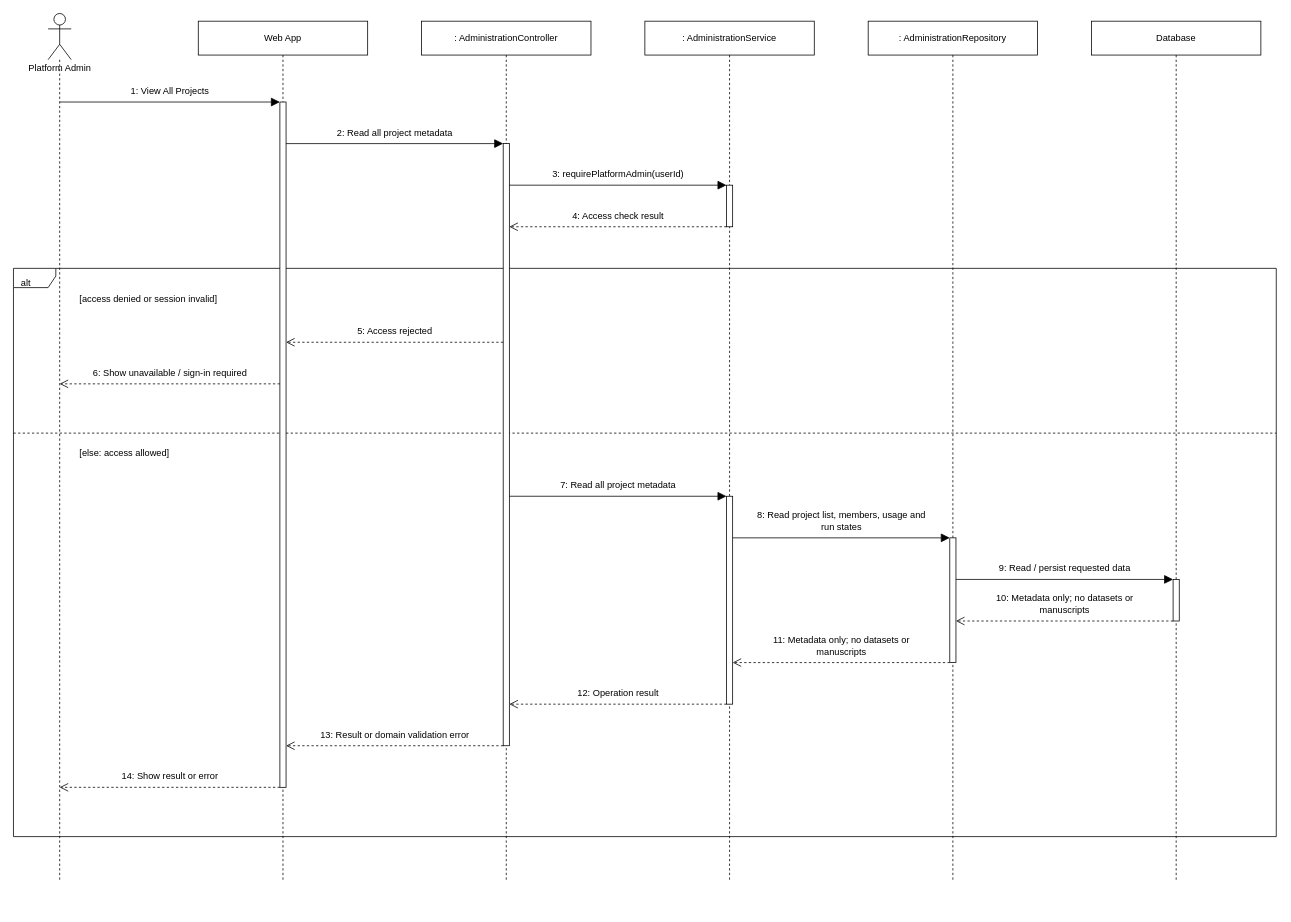
Before: page "View All Projects" (7 of 10) of diagrams/08-sequence/08-administration-monitoring/Sequence-Diagrams-Administration-Monitoring.drawio in openai-scientist/docs, a draw.io diagram. Source tidied: cells renumbered, new cells numbered last; positions are measured from the earlier drawing's top-left corner, leaving out a move shared by most shapes. Both pictures are drawn from the tidied source at 77%, with x=0, y=0 at pixel (13, 13).
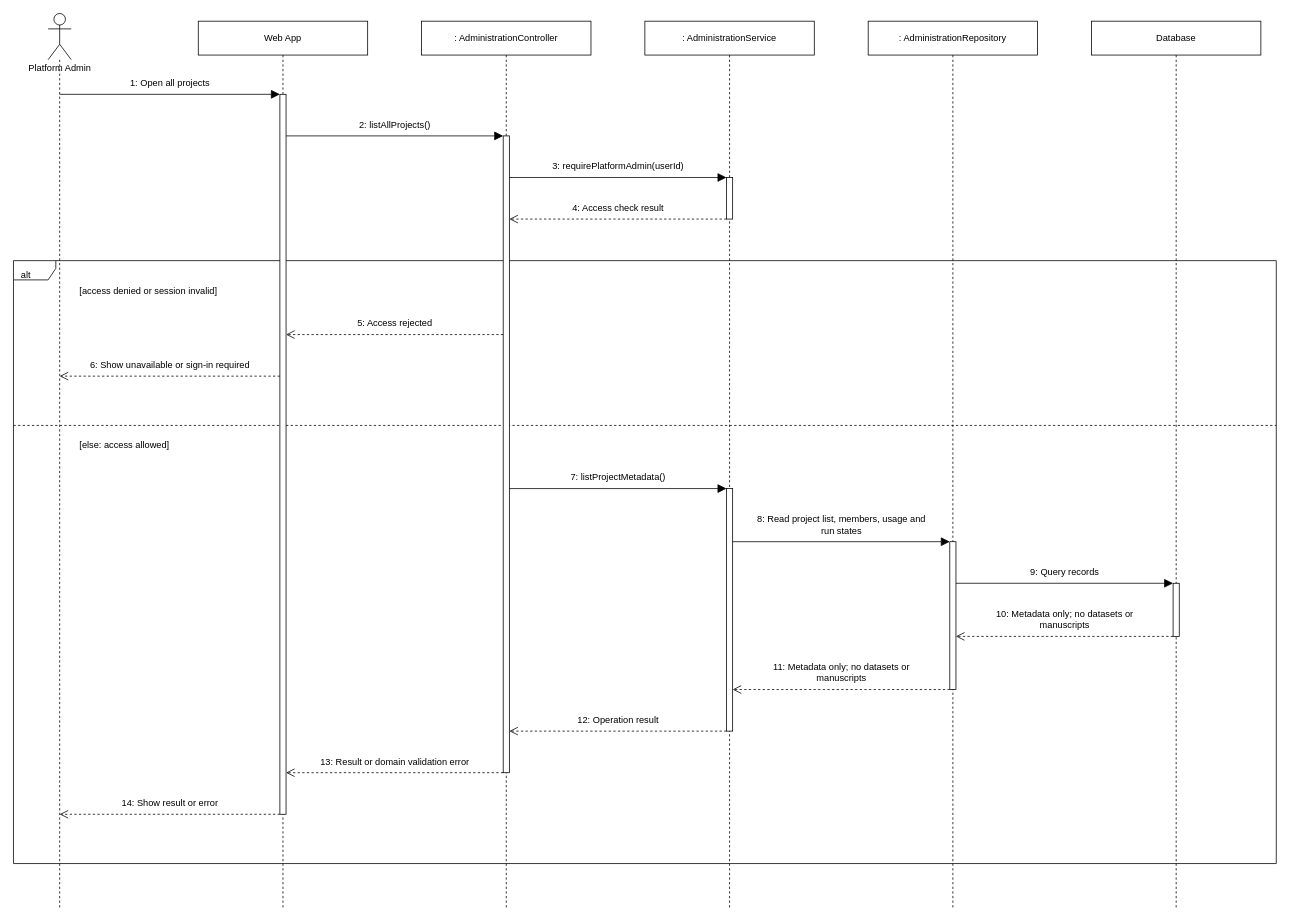
The same page after the edit.

Change to the diagram source:
```diff
@@
     <mxCell id="2" value="alt" style="html=1;fontFamily=Arial;fontSize=12;fontColor=#000000;strokeColor=#000000;strokeWidth=1;fillColor=#FFFFFF;shape=umlFrame;fillColor=none;width=55;height=25;align=left;verticalAlign=top;spacingLeft=8;spacingTop=5;" parent="1" vertex="1">
-      <mxGeometry y="331" width="1640" height="738" as="geometry" />
+      <mxGeometry y="321" width="1640" height="783" as="geometry" />
     </mxCell>
     <mxCell id="3" value="[access denied or session invalid]" style="html=1;fontFamily=Arial;fontSize=12;fontColor=#000000;strokeColor=#000000;strokeWidth=1;fillColor=#FFFFFF;text;strokeColor=none;fillColor=none;align=left;verticalAlign=top;" parent="1" vertex="1">
-      <mxGeometry x="84" y="357" width="1541" height="30" as="geometry" />
+      <mxGeometry x="84" y="347" width="1541" height="30" as="geometry" />
     </mxCell>
     <mxCell id="4" value="[else: access allowed]" style="html=1;fontFamily=Arial;fontSize=12;fontColor=#000000;strokeColor=#000000;strokeWidth=1;fillColor=#FFFFFF;text;strokeColor=none;fillColor=none;align=left;verticalAlign=top;" parent="1" vertex="1">
-      <mxGeometry x="84" y="557" width="1541" height="30" as="geometry" />
+      <mxGeometry x="84" y="547" width="1541" height="30" as="geometry" />
     </mxCell>
     <mxCell id="5" style="html=1;fontFamily=Arial;fontSize=12;fontColor=#000000;strokeColor=#000000;strokeWidth=1;fillColor=#FFFFFF;dashed=1;endArrow=none;" parent="1" edge="1">
       <mxGeometry relative="1" as="geometry">
-        <mxPoint y="545" as="sourcePoint" />
-        <mxPoint x="1640" y="545" as="targetPoint" />
+        <mxPoint y="535" as="sourcePoint" />
+        <mxPoint x="1640" y="535" as="targetPoint" />
       </mxGeometry>
     </mxCell>
     <mxCell id="6" value="Platform Admin" style="html=1;fontFamily=Arial;fontSize=12;fontColor=#000000;strokeColor=#000000;strokeWidth=1;fillColor=#FFFFFF;shape=umlLifeline;participant=umlActor;size=60;perimeter=lifelinePerimeter;verticalAlign=bottom;spacingBottom=-20;" parent="1" vertex="1">
-      <mxGeometry x="45" width="30" height="1127" as="geometry" />
+      <mxGeometry x="45" width="30" height="1162" as="geometry" />
     </mxCell>
     <mxCell id="7" value="Web App" style="html=1;fontFamily=Arial;fontSize=12;fontColor=#000000;strokeColor=#000000;strokeWidth=1;fillColor=#FFFFFF;shape=umlLifeline;size=44;perimeter=lifelinePerimeter;whiteSpace=wrap;" parent="1" vertex="1">
-      <mxGeometry x="240" y="10" width="220" height="1117" as="geometry" />
+      <mxGeometry x="240" y="10" width="220" height="1152" as="geometry" />
     </mxCell>
     <mxCell id="8" value=": AdministrationController" style="html=1;fontFamily=Arial;fontSize=12;fontColor=#000000;strokeColor=#000000;strokeWidth=1;fillColor=#FFFFFF;shape=umlLifeline;size=44;perimeter=lifelinePerimeter;whiteSpace=wrap;" parent="1" vertex="1">
-      <mxGeometry x="530" y="10" width="220" height="1117" as="geometry" />
+      <mxGeometry x="530" y="10" width="220" height="1152" as="geometry" />
     </mxCell>
     <mxCell id="9" value=": AdministrationService" style="html=1;fontFamily=Arial;fontSize=12;fontColor=#000000;strokeColor=#000000;strokeWidth=1;fillColor=#FFFFFF;shape=umlLifeline;size=44;perimeter=lifelinePerimeter;whiteSpace=wrap;" parent="1" vertex="1">
-      <mxGeometry x="820" y="10" width="220" height="1117" as="geometry" />
+      <mxGeometry x="820" y="10" width="220" height="1152" as="geometry" />
     </mxCell>
     <mxCell id="10" value=": AdministrationRepository" style="html=1;fontFamily=Arial;fontSize=12;fontColor=#000000;strokeColor=#000000;strokeWidth=1;fillColor=#FFFFFF;shape=umlLifeline;size=44;perimeter=lifelinePerimeter;whiteSpace=wrap;" parent="1" vertex="1">
-      <mxGeometry x="1110" y="10" width="220" height="1117" as="geometry" />
+      <mxGeometry x="1110" y="10" width="220" height="1152" as="geometry" />
     </mxCell>
     <mxCell id="11" value="Database" style="html=1;fontFamily=Arial;fontSize=12;fontColor=#000000;strokeColor=#000000;strokeWidth=1;fillColor=#FFFFFF;shape=umlLifeline;size=44;perimeter=lifelinePerimeter;whiteSpace=wrap;" parent="1" vertex="1">
-      <mxGeometry x="1400" y="10" width="220" height="1117" as="geometry" />
+      <mxGeometry x="1400" y="10" width="220" height="1152" as="geometry" />
     </mxCell>
     <mxCell id="12" style="html=1;fontFamily=Arial;fontSize=12;fontColor=#000000;strokeColor=#000000;strokeWidth=1;fillColor=#FFFFFF;" parent="7" vertex="1">
-      <mxGeometry x="106" y="105" width="8" height="890" as="geometry" />
+      <mxGeometry x="106" y="95" width="8" height="935" as="geometry" />
     </mxCell>
     <mxCell id="13" style="html=1;fontFamily=Arial;fontSize=12;fontColor=#000000;strokeColor=#000000;strokeWidth=1;fillColor=#FFFFFF;" parent="8" vertex="1">
-      <mxGeometry x="106" y="159" width="8" height="782" as="geometry" />
+      <mxGeometry x="106" y="149" width="8" height="827" as="geometry" />
     </mxCell>
     <mxCell id="14" style="html=1;fontFamily=Arial;fontSize=12;fontColor=#000000;strokeColor=#000000;strokeWidth=1;fillColor=#FFFFFF;" parent="9" vertex="1">
-      <mxGeometry x="106" y="213" width="8" height="54" as="geometry" />
+      <mxGeometry x="106" y="203" width="8" height="54" as="geometry" />
     </mxCell>
     <mxCell id="15" style="html=1;fontFamily=Arial;fontSize=12;fontColor=#000000;strokeColor=#000000;strokeWidth=1;fillColor=#FFFFFF;" parent="9" vertex="1">
-      <mxGeometry x="106" y="617" width="8" height="270" as="geometry" />
+      <mxGeometry x="106" y="607" width="8" height="315" as="geometry" />
     </mxCell>
     <mxCell id="16" style="html=1;fontFamily=Arial;fontSize=12;fontColor=#000000;strokeColor=#000000;strokeWidth=1;fillColor=#FFFFFF;" parent="10" vertex="1">
-      <mxGeometry x="106" y="671" width="8" height="162" as="geometry" />
+      <mxGeometry x="106" y="676" width="8" height="192" as="geometry" />
     </mxCell>
     <mxCell id="17" style="html=1;fontFamily=Arial;fontSize=12;fontColor=#000000;strokeColor=#000000;strokeWidth=1;fillColor=#FFFFFF;" parent="11" vertex="1">
-      <mxGeometry x="106" y="725" width="8" height="54" as="geometry" />
+      <mxGeometry x="106" y="730" width="8" height="69" as="geometry" />
     </mxCell>
-    <mxCell id="18" value="1: View All Projects" style="html=1;fontFamily=Arial;fontSize=12;fontColor=#000000;strokeColor=#000000;strokeWidth=1;fillColor=#FFFFFF;edgeStyle=none;rounded=0;endSize=9;endArrow=block;endFill=1;labelBackgroundColor=#FFFFFF;verticalAlign=bottom;spacingBottom=5;exitX=0.5;exitY=0.10204081632653061;entryX=0;entryY=0.0;exitPerimeter=0;entryPerimeter=0;" parent="1" edge="1" source="6" target="12">
+    <mxCell id="18" value="1: Open all projects" style="html=1;fontFamily=Arial;fontSize=12;fontColor=#000000;strokeColor=#000000;strokeWidth=1;fillColor=#FFFFFF;edgeStyle=none;rounded=0;endSize=9;endArrow=block;endFill=1;labelBackgroundColor=#FFFFFF;verticalAlign=bottom;spacingBottom=5;exitX=0.5;exitY=0.09036144578313253;entryX=0;entryY=0.0;exitPerimeter=0;entryPerimeter=0;" parent="1" edge="1" source="6" target="12">
       <mxGeometry relative="1" as="geometry" />
     </mxCell>
-    <mxCell id="19" value="2: Read all project metadata" style="html=1;fontFamily=Arial;fontSize=12;fontColor=#000000;strokeColor=#000000;strokeWidth=1;fillColor=#FFFFFF;edgeStyle=none;rounded=0;endSize=9;endArrow=block;endFill=1;labelBackgroundColor=#FFFFFF;verticalAlign=bottom;spacingBottom=5;exitX=1;exitY=0.060674157303370786;entryX=0;entryY=0.0;exitPerimeter=0;entryPerimeter=0;" parent="1" edge="1" source="12" target="13">
+    <mxCell id="19" value="2: listAllProjects()" style="html=1;fontFamily=Arial;fontSize=12;fontColor=#000000;strokeColor=#000000;strokeWidth=1;fillColor=#FFFFFF;edgeStyle=none;rounded=0;endSize=9;endArrow=block;endFill=1;labelBackgroundColor=#FFFFFF;verticalAlign=bottom;spacingBottom=5;exitX=1;exitY=0.057754010695187166;entryX=0;entryY=0.0;exitPerimeter=0;entryPerimeter=0;" parent="1" edge="1" source="12" target="13">
       <mxGeometry relative="1" as="geometry" />
     </mxCell>
-    <mxCell id="20" value="3: requirePlatformAdmin(userId)" style="html=1;fontFamily=Arial;fontSize=12;fontColor=#000000;strokeColor=#000000;strokeWidth=1;fillColor=#FFFFFF;edgeStyle=none;rounded=0;endSize=9;endArrow=block;endFill=1;labelBackgroundColor=#FFFFFF;verticalAlign=bottom;spacingBottom=5;exitX=1;exitY=0.06905370843989769;entryX=0;entryY=0.0;exitPerimeter=0;entryPerimeter=0;" parent="1" edge="1" source="13" target="14">
+    <mxCell id="20" value="3: requirePlatformAdmin(userId)" style="html=1;fontFamily=Arial;fontSize=12;fontColor=#000000;strokeColor=#000000;strokeWidth=1;fillColor=#FFFFFF;edgeStyle=none;rounded=0;endSize=9;endArrow=block;endFill=1;labelBackgroundColor=#FFFFFF;verticalAlign=bottom;spacingBottom=5;exitX=1;exitY=0.06529625151148731;entryX=0;entryY=0.0;exitPerimeter=0;entryPerimeter=0;" parent="1" edge="1" source="13" target="14">
       <mxGeometry relative="1" as="geometry" />
     </mxCell>
-    <mxCell id="21" value="4: Access check result" style="html=1;fontFamily=Arial;fontSize=12;fontColor=#000000;strokeColor=#000000;strokeWidth=1;fillColor=#FFFFFF;edgeStyle=none;rounded=0;endSize=9;dashed=1;endArrow=open;endFill=0;labelBackgroundColor=#FFFFFF;verticalAlign=bottom;spacingBottom=5;exitX=0;exitY=1.0;entryX=1;entryY=0.13810741687979539;exitPerimeter=0;entryPerimeter=0;" parent="1" edge="1" source="14" target="13">
+    <mxCell id="21" value="4: Access check result" style="html=1;fontFamily=Arial;fontSize=12;fontColor=#000000;strokeColor=#000000;strokeWidth=1;fillColor=#FFFFFF;edgeStyle=none;rounded=0;endSize=9;dashed=1;endArrow=open;endFill=0;labelBackgroundColor=#FFFFFF;verticalAlign=bottom;spacingBottom=5;exitX=0;exitY=1.0;entryX=1;entryY=0.13059250302297462;exitPerimeter=0;entryPerimeter=0;" parent="1" edge="1" source="14" target="13">
       <mxGeometry relative="1" as="geometry" />
     </mxCell>
-    <mxCell id="22" value="5: Access rejected" style="html=1;fontFamily=Arial;fontSize=12;fontColor=#000000;strokeColor=#000000;strokeWidth=1;fillColor=#FFFFFF;edgeStyle=none;rounded=0;endSize=9;dashed=1;endArrow=open;endFill=0;labelBackgroundColor=#FFFFFF;verticalAlign=bottom;spacingBottom=5;exitX=0;exitY=0.329923273657289;entryX=1;entryY=0.350561797752809;exitPerimeter=0;entryPerimeter=0;" parent="1" edge="1" source="13" target="12">
+    <mxCell id="22" value="5: Access rejected" style="html=1;fontFamily=Arial;fontSize=12;fontColor=#000000;strokeColor=#000000;strokeWidth=1;fillColor=#FFFFFF;edgeStyle=none;rounded=0;endSize=9;dashed=1;endArrow=open;endFill=0;labelBackgroundColor=#FFFFFF;verticalAlign=bottom;spacingBottom=5;exitX=0;exitY=0.31197097944377267;entryX=1;entryY=0.3336898395721925;exitPerimeter=0;entryPerimeter=0;" parent="1" edge="1" source="13" target="12">
       <mxGeometry relative="1" as="geometry" />
     </mxCell>
-    <mxCell id="23" value="6: Show unavailable / sign-in required" style="html=1;fontFamily=Arial;fontSize=12;fontColor=#000000;strokeColor=#000000;strokeWidth=1;fillColor=#FFFFFF;edgeStyle=none;rounded=0;endSize=9;dashed=1;endArrow=open;endFill=0;labelBackgroundColor=#FFFFFF;verticalAlign=bottom;spacingBottom=5;exitX=0;exitY=0.41123595505617977;entryX=0.5;entryY=0.42679680567879325;exitPerimeter=0;entryPerimeter=0;" parent="1" edge="1" source="12" target="6">
+    <mxCell id="23" value="6: Show unavailable or sign-in required" style="html=1;fontFamily=Arial;fontSize=12;fontColor=#000000;strokeColor=#000000;strokeWidth=1;fillColor=#FFFFFF;edgeStyle=none;rounded=0;endSize=9;dashed=1;endArrow=open;endFill=0;labelBackgroundColor=#FFFFFF;verticalAlign=bottom;spacingBottom=5;exitX=0;exitY=0.39144385026737966;entryX=0.5;entryY=0.4053356282271945;exitPerimeter=0;entryPerimeter=0;" parent="1" edge="1" source="12" target="6">
       <mxGeometry relative="1" as="geometry" />
     </mxCell>
-    <mxCell id="24" value="7: Read all project metadata" style="html=1;fontFamily=Arial;fontSize=12;fontColor=#000000;strokeColor=#000000;strokeWidth=1;fillColor=#FFFFFF;edgeStyle=none;rounded=0;endSize=9;endArrow=block;endFill=1;labelBackgroundColor=#FFFFFF;verticalAlign=bottom;spacingBottom=5;exitX=1;exitY=0.5856777493606138;entryX=0;entryY=0.0;exitPerimeter=0;entryPerimeter=0;" parent="1" edge="1" source="13" target="15">
+    <mxCell id="24" value="7: listProjectMetadata()" style="html=1;fontFamily=Arial;fontSize=12;fontColor=#000000;strokeColor=#000000;strokeWidth=1;fillColor=#FFFFFF;edgeStyle=none;rounded=0;endSize=9;endArrow=block;endFill=1;labelBackgroundColor=#FFFFFF;verticalAlign=bottom;spacingBottom=5;exitX=1;exitY=0.5538089480048367;entryX=0;entryY=0.0;exitPerimeter=0;entryPerimeter=0;" parent="1" edge="1" source="13" target="15">
       <mxGeometry relative="1" as="geometry" />
     </mxCell>
-    <mxCell id="25" value="8: Read project list, members, usage and&lt;br&gt;run states" style="html=1;fontFamily=Arial;fontSize=12;fontColor=#000000;strokeColor=#000000;strokeWidth=1;fillColor=#FFFFFF;edgeStyle=none;rounded=0;endSize=9;endArrow=block;endFill=1;labelBackgroundColor=#FFFFFF;verticalAlign=bottom;spacingBottom=5;exitX=1;exitY=0.2;entryX=0;entryY=0.0;exitPerimeter=0;entryPerimeter=0;" parent="1" edge="1" source="15" target="16">
+    <mxCell id="25" value="8: Read project list, members, usage and&lt;br&gt;run states" style="html=1;fontFamily=Arial;fontSize=12;fontColor=#000000;strokeColor=#000000;strokeWidth=1;fillColor=#FFFFFF;edgeStyle=none;rounded=0;endSize=9;endArrow=block;endFill=1;labelBackgroundColor=#FFFFFF;verticalAlign=bottom;spacingBottom=5;exitX=1;exitY=0.21904761904761905;entryX=0;entryY=0.0;exitPerimeter=0;entryPerimeter=0;" parent="1" edge="1" source="15" target="16">
       <mxGeometry relative="1" as="geometry" />
     </mxCell>
-    <mxCell id="26" value="9: Read / persist requested data" style="html=1;fontFamily=Arial;fontSize=12;fontColor=#000000;strokeColor=#000000;strokeWidth=1;fillColor=#FFFFFF;edgeStyle=none;rounded=0;endSize=9;endArrow=block;endFill=1;labelBackgroundColor=#FFFFFF;verticalAlign=bottom;spacingBottom=5;exitX=1;exitY=0.3333333333333333;entryX=0;entryY=0.0;exitPerimeter=0;entryPerimeter=0;" parent="1" edge="1" source="16" target="17">
+    <mxCell id="26" value="9: Query records" style="html=1;fontFamily=Arial;fontSize=12;fontColor=#000000;strokeColor=#000000;strokeWidth=1;fillColor=#FFFFFF;edgeStyle=none;rounded=0;endSize=9;endArrow=block;endFill=1;labelBackgroundColor=#FFFFFF;verticalAlign=bottom;spacingBottom=5;exitX=1;exitY=0.28125;entryX=0;entryY=0.0;exitPerimeter=0;entryPerimeter=0;" parent="1" edge="1" source="16" target="17">
       <mxGeometry relative="1" as="geometry" />
     </mxCell>
-    <mxCell id="27" value="10: Metadata only; no datasets or&lt;br&gt;manuscripts" style="html=1;fontFamily=Arial;fontSize=12;fontColor=#000000;strokeColor=#000000;strokeWidth=1;fillColor=#FFFFFF;edgeStyle=none;rounded=0;endSize=9;dashed=1;endArrow=open;endFill=0;labelBackgroundColor=#FFFFFF;verticalAlign=bottom;spacingBottom=5;exitX=0;exitY=1.0;entryX=1;entryY=0.6666666666666666;exitPerimeter=0;entryPerimeter=0;" parent="1" edge="1" source="17" target="16">
+    <mxCell id="27" value="10: Metadata only; no datasets or&lt;br&gt;manuscripts" style="html=1;fontFamily=Arial;fontSize=12;fontColor=#000000;strokeColor=#000000;strokeWidth=1;fillColor=#FFFFFF;edgeStyle=none;rounded=0;endSize=9;dashed=1;endArrow=open;endFill=0;labelBackgroundColor=#FFFFFF;verticalAlign=bottom;spacingBottom=5;exitX=0;exitY=1.0;entryX=1;entryY=0.640625;exitPerimeter=0;entryPerimeter=0;" parent="1" edge="1" source="17" target="16">
       <mxGeometry relative="1" as="geometry" />
     </mxCell>
-    <mxCell id="28" value="11: Metadata only; no datasets or&lt;br&gt;manuscripts" style="html=1;fontFamily=Arial;fontSize=12;fontColor=#000000;strokeColor=#000000;strokeWidth=1;fillColor=#FFFFFF;edgeStyle=none;rounded=0;endSize=9;dashed=1;endArrow=open;endFill=0;labelBackgroundColor=#FFFFFF;verticalAlign=bottom;spacingBottom=5;exitX=0;exitY=1.0;entryX=1;entryY=0.8;exitPerimeter=0;entryPerimeter=0;" parent="1" edge="1" source="16" target="15">
+    <mxCell id="28" value="11: Metadata only; no datasets or&lt;br&gt;manuscripts" style="html=1;fontFamily=Arial;fontSize=12;fontColor=#000000;strokeColor=#000000;strokeWidth=1;fillColor=#FFFFFF;edgeStyle=none;rounded=0;endSize=9;dashed=1;endArrow=open;endFill=0;labelBackgroundColor=#FFFFFF;verticalAlign=bottom;spacingBottom=5;exitX=0;exitY=1.0;entryX=1;entryY=0.8285714285714286;exitPerimeter=0;entryPerimeter=0;" parent="1" edge="1" source="16" target="15">
       <mxGeometry relative="1" as="geometry" />
     </mxCell>
-    <mxCell id="29" value="12: Operation result" style="html=1;fontFamily=Arial;fontSize=12;fontColor=#000000;strokeColor=#000000;strokeWidth=1;fillColor=#FFFFFF;edgeStyle=none;rounded=0;endSize=9;dashed=1;endArrow=open;endFill=0;labelBackgroundColor=#FFFFFF;verticalAlign=bottom;spacingBottom=5;exitX=0;exitY=1.0;entryX=1;entryY=0.9309462915601023;exitPerimeter=0;entryPerimeter=0;" parent="1" edge="1" source="15" target="13">
+    <mxCell id="29" value="12: Operation result" style="html=1;fontFamily=Arial;fontSize=12;fontColor=#000000;strokeColor=#000000;strokeWidth=1;fillColor=#FFFFFF;edgeStyle=none;rounded=0;endSize=9;dashed=1;endArrow=open;endFill=0;labelBackgroundColor=#FFFFFF;verticalAlign=bottom;spacingBottom=5;exitX=0;exitY=1.0;entryX=1;entryY=0.9347037484885127;exitPerimeter=0;entryPerimeter=0;" parent="1" edge="1" source="15" target="13">
       <mxGeometry relative="1" as="geometry" />
     </mxCell>
-    <mxCell id="30" value="13: Result or domain validation error" style="html=1;fontFamily=Arial;fontSize=12;fontColor=#000000;strokeColor=#000000;strokeWidth=1;fillColor=#FFFFFF;edgeStyle=none;rounded=0;endSize=9;dashed=1;endArrow=open;endFill=0;labelBackgroundColor=#FFFFFF;verticalAlign=bottom;spacingBottom=5;exitX=0;exitY=1.0;entryX=1;entryY=0.9393258426966292;exitPerimeter=0;entryPerimeter=0;" parent="1" edge="1" source="13" target="12">
+    <mxCell id="30" value="13: Result or domain validation error" style="html=1;fontFamily=Arial;fontSize=12;fontColor=#000000;strokeColor=#000000;strokeWidth=1;fillColor=#FFFFFF;edgeStyle=none;rounded=0;endSize=9;dashed=1;endArrow=open;endFill=0;labelBackgroundColor=#FFFFFF;verticalAlign=bottom;spacingBottom=5;exitX=0;exitY=1.0;entryX=1;entryY=0.9422459893048128;exitPerimeter=0;entryPerimeter=0;" parent="1" edge="1" source="13" target="12">
       <mxGeometry relative="1" as="geometry" />
     </mxCell>
-    <mxCell id="31" value="14: Show result or error" style="html=1;fontFamily=Arial;fontSize=12;fontColor=#000000;strokeColor=#000000;strokeWidth=1;fillColor=#FFFFFF;edgeStyle=none;rounded=0;endSize=9;dashed=1;endArrow=open;endFill=0;labelBackgroundColor=#FFFFFF;verticalAlign=bottom;spacingBottom=5;exitX=0;exitY=1.0;entryX=0.5;entryY=0.8917480035492458;exitPerimeter=0;entryPerimeter=0;" parent="1" edge="1" source="12" target="6">
+    <mxCell id="31" value="14: Show result or error" style="html=1;fontFamily=Arial;fontSize=12;fontColor=#000000;strokeColor=#000000;strokeWidth=1;fillColor=#FFFFFF;edgeStyle=none;rounded=0;endSize=9;dashed=1;endArrow=open;endFill=0;labelBackgroundColor=#FFFFFF;verticalAlign=bottom;spacingBottom=5;exitX=0;exitY=1.0;entryX=0.5;entryY=0.8950086058519794;exitPerimeter=0;entryPerimeter=0;" parent="1" edge="1" source="12" target="6">
       <mxGeometry relative="1" as="geometry" />
     </mxCell>
```
